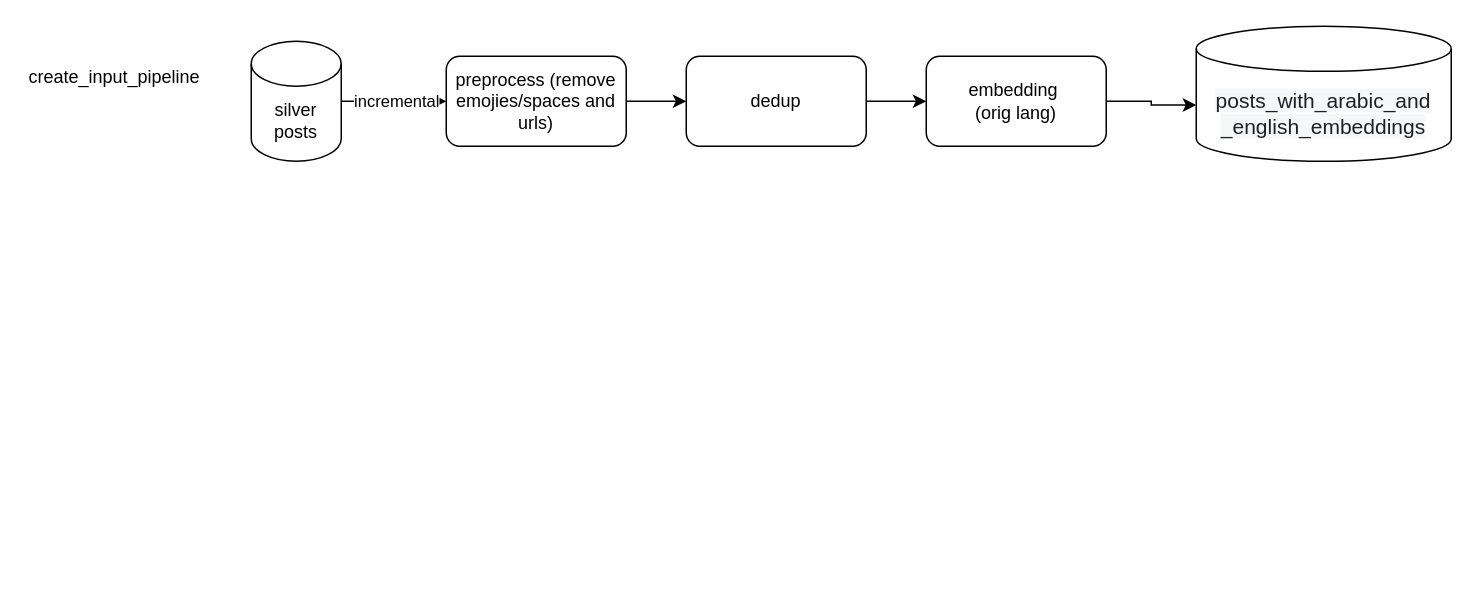
Before: embedding.drawio in hasann716/gdp-dashboard, a draw.io diagram. Source tidied: cells renumbered, new cells numbered last; positions are measured from the earlier drawing's top-left corner, leaving out a move shared by most shapes. Both pictures are drawn from the tidied source at 150%, with x=0, y=0 at pixel (26, 26).
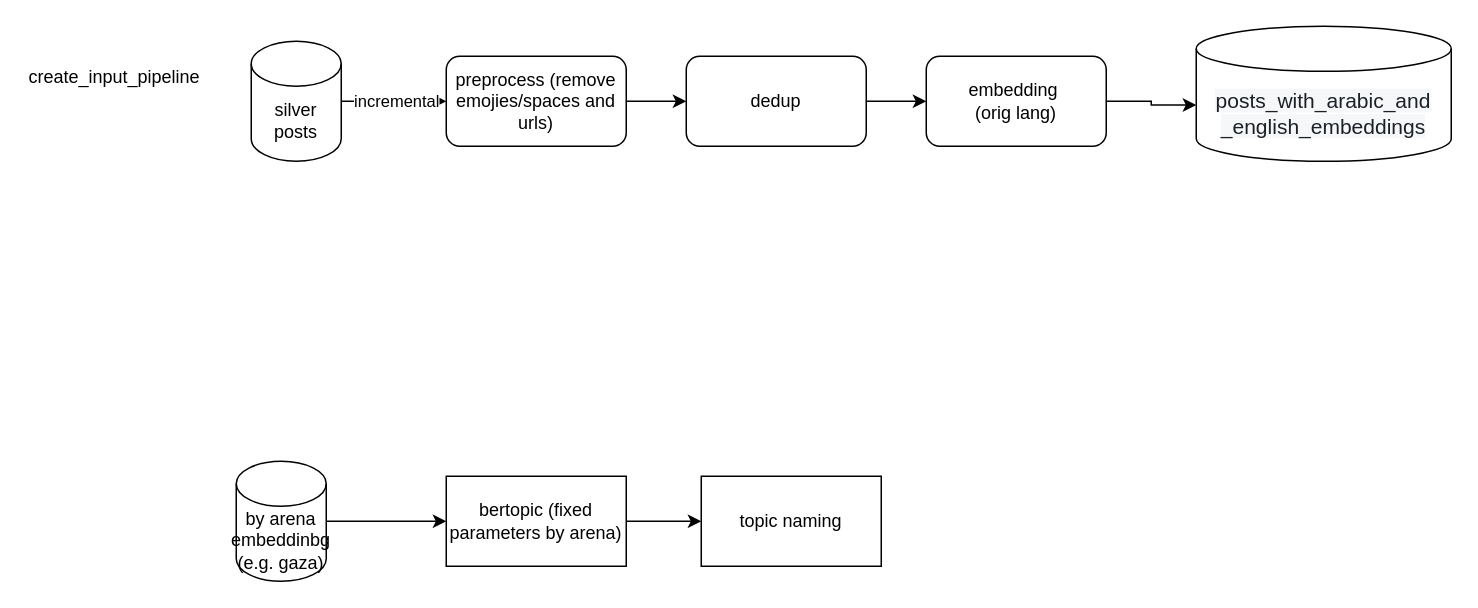
The same diagram, later.

Diff of the diagram source:
```diff
@@
 <mxGraphModel>
   <root>
     <mxCell id="0" />
     <mxCell id="1" parent="0" />
     <mxCell id="2" style="edgeStyle=orthogonalEdgeStyle;rounded=0;jettySize=auto;html=1;entryX=0;entryY=0.5;entryDx=0;entryDy=0;" parent="1" edge="1" source="4" target="6">
       <mxGeometry relative="1" as="geometry" />
     </mxCell>
     <mxCell id="3" value="incremental" style="edgeLabel;html=1;align=center;verticalAlign=middle;" parent="2" vertex="1">
       <mxGeometry x="0.02" y="1" relative="1" as="geometry" />
     </mxCell>
     <mxCell id="4" value="silver posts" style="shape=cylinder3;whiteSpace=wrap;html=1;boundedLbl=1;backgroundOutline=1;size=15;" parent="1" vertex="1">
       <mxGeometry x="150" y="10" width="60" height="80" as="geometry" />
     </mxCell>
     <mxCell id="5" style="edgeStyle=orthogonalEdgeStyle;rounded=0;jettySize=auto;html=1;" parent="1" edge="1" source="6" target="8">
       <mxGeometry relative="1" as="geometry" />
     </mxCell>
     <mxCell id="6" value="preprocess (remove emojies/spaces and urls)" style="rounded=1;whiteSpace=wrap;html=1;" parent="1" vertex="1">
       <mxGeometry x="280" y="20" width="120" height="60" as="geometry" />
     </mxCell>
     <mxCell id="7" style="edgeStyle=orthogonalEdgeStyle;rounded=0;jettySize=auto;html=1;" parent="1" edge="1" source="8" target="10">
       <mxGeometry relative="1" as="geometry" />
     </mxCell>
     <mxCell id="8" value="dedup" style="whiteSpace=wrap;html=1;rounded=1;" parent="1" vertex="1">
       <mxGeometry x="440" y="20" width="120" height="60" as="geometry" />
     </mxCell>
     <mxCell id="9" value="&lt;span style=&quot;color: rgb(28, 33, 39); font-family: Source-Sans-Pro, Helvetica, sans-serif, blueprint-icons-16; font-size: 14px; text-align: start; text-wrap-mode: nowrap; background-color: rgb(246, 247, 249);&quot;&gt;posts_with_arabic_and&lt;/span&gt;&lt;div&gt;&lt;span style=&quot;color: rgb(28, 33, 39); font-family: Source-Sans-Pro, Helvetica, sans-serif, blueprint-icons-16; font-size: 14px; text-align: start; text-wrap-mode: nowrap; background-color: rgb(246, 247, 249);&quot;&gt;_english_embeddings&lt;/span&gt;&lt;/div&gt;" style="shape=cylinder3;whiteSpace=wrap;html=1;boundedLbl=1;backgroundOutline=1;size=15;" parent="1" vertex="1">
       <mxGeometry x="780" width="170" height="90" as="geometry" />
     </mxCell>
     <mxCell id="10" value="embedding&amp;nbsp;&lt;div&gt;(orig lang)&lt;/div&gt;" style="whiteSpace=wrap;html=1;rounded=1;" parent="1" vertex="1">
       <mxGeometry x="600" y="20" width="120" height="60" as="geometry" />
     </mxCell>
     <mxCell id="11" style="edgeStyle=orthogonalEdgeStyle;rounded=0;jettySize=auto;html=1;entryX=0;entryY=0;entryDx=0;entryDy=52.5;entryPerimeter=0;" parent="1" edge="1" source="10" target="9">
       <mxGeometry relative="1" as="geometry" />
     </mxCell>
     <mxCell id="12" value="create_input_pipeline" style="text;whiteSpace=wrap;" parent="1" vertex="1">
       <mxGeometry y="20" width="150" height="40" as="geometry" />
     </mxCell>
+    <mxCell id="13" style="edgeStyle=orthogonalEdgeStyle;rounded=0;jettySize=auto;html=1;" parent="1" edge="1" source="14" target="16">
+      <mxGeometry relative="1" as="geometry" />
+    </mxCell>
+    <mxCell id="14" value="by arena embeddinbg (e.g. gaza)" style="shape=cylinder3;whiteSpace=wrap;html=1;boundedLbl=1;backgroundOutline=1;size=15;" parent="1" vertex="1">
+      <mxGeometry x="140" y="290" width="60" height="80" as="geometry" />
+    </mxCell>
+    <mxCell id="15" style="edgeStyle=orthogonalEdgeStyle;rounded=0;jettySize=auto;html=1;entryX=0;entryY=0.5;entryDx=0;entryDy=0;" parent="1" edge="1" source="16" target="17">
+      <mxGeometry relative="1" as="geometry" />
+    </mxCell>
+    <mxCell id="16" value="bertopic (fixed parameters by arena)" style="whiteSpace=wrap;html=1;" parent="1" vertex="1">
+      <mxGeometry x="280" y="300" width="120" height="60" as="geometry" />
+    </mxCell>
+    <mxCell id="17" value="topic naming" style="whiteSpace=wrap;html=1;" parent="1" vertex="1">
+      <mxGeometry x="450" y="300" width="120" height="60" as="geometry" />
+    </mxCell>
   </root>
 </mxGraphModel>
```
